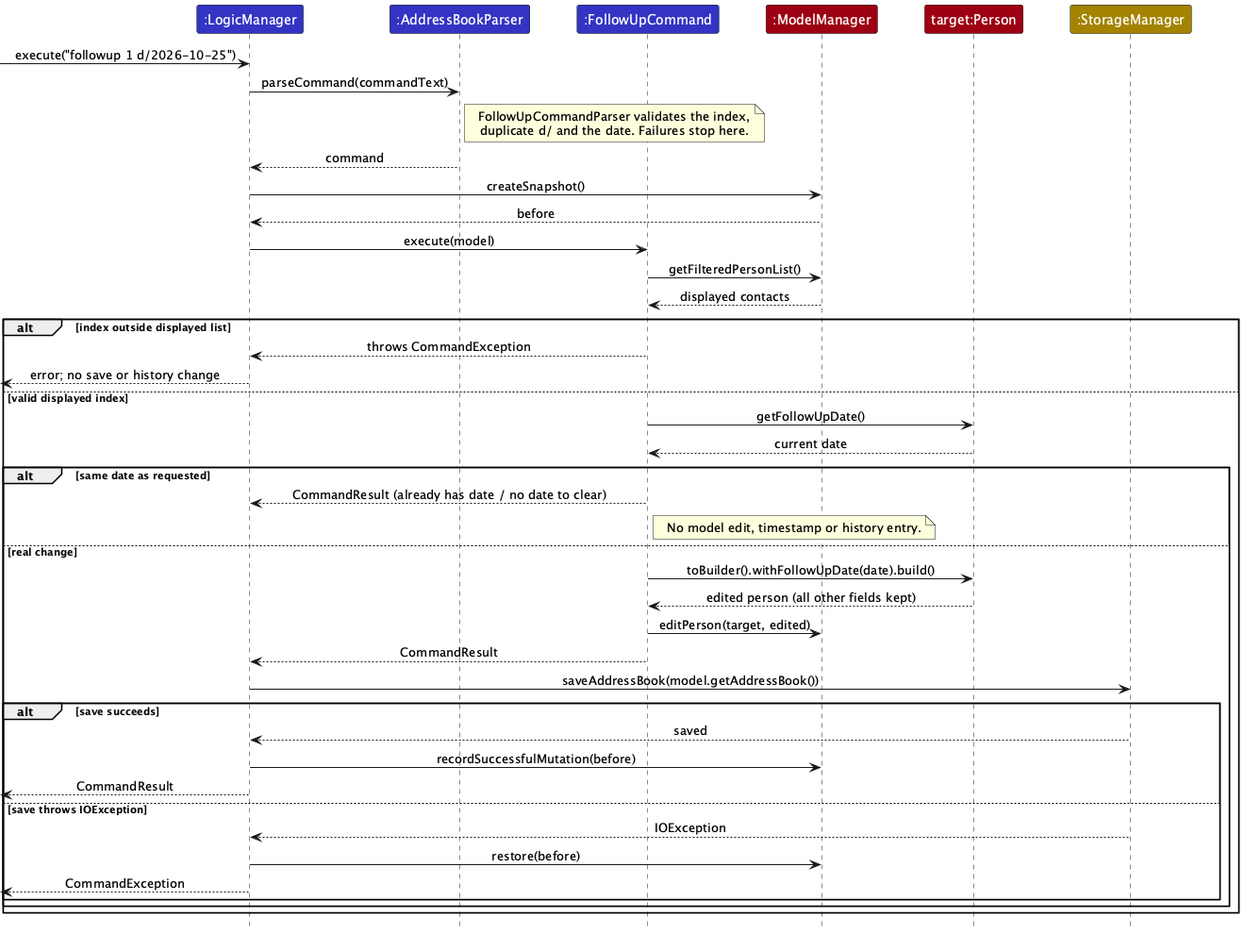
Above: docs/images/FollowUpSequenceDiagram.png in AY2627S1-CS2103T-W12-2/tp (PlantUML), before the change.
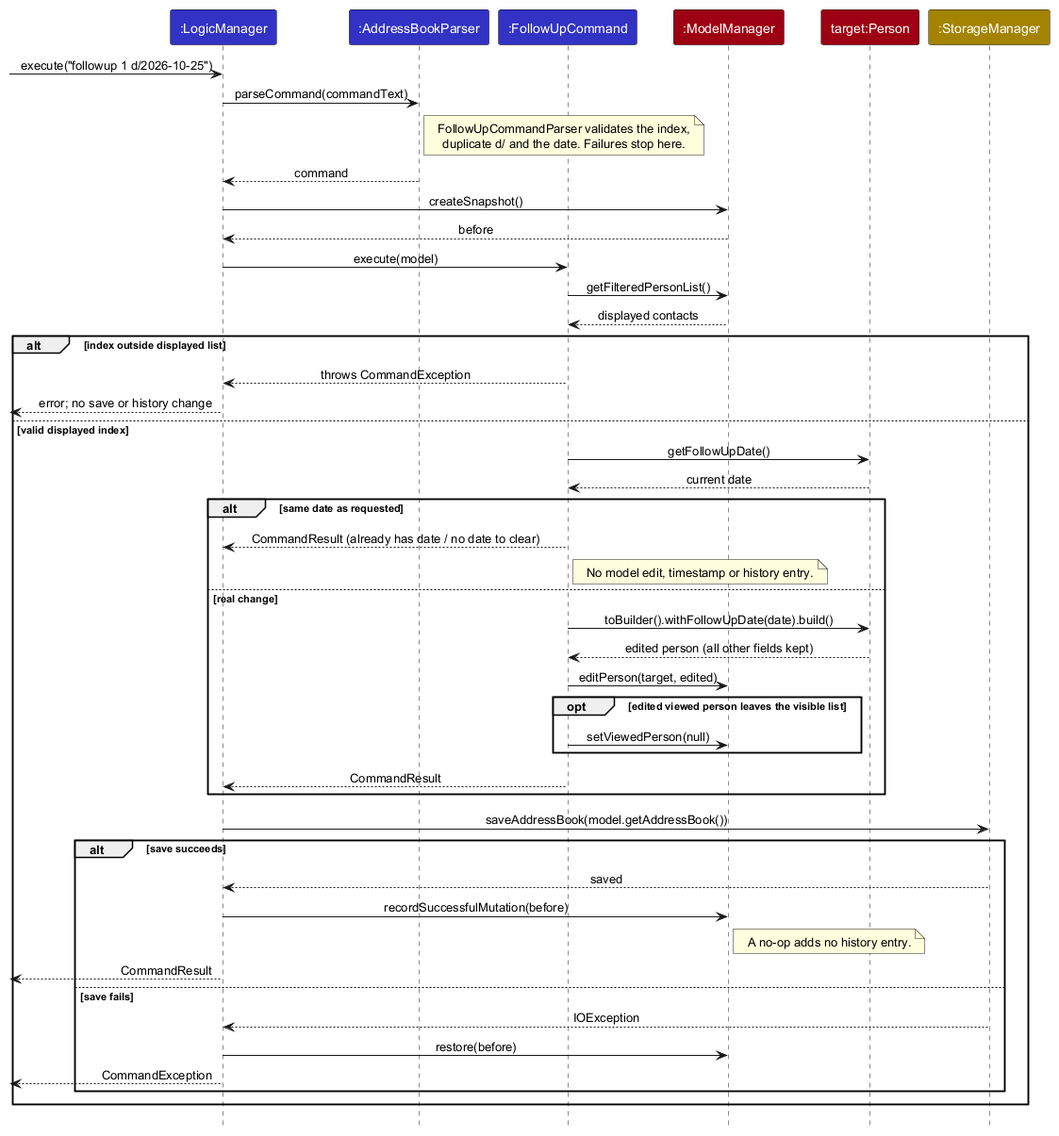
The same file after the commit.

Diff of the diagram source:
```diff
@@ -34,17 +34,21 @@
         Command -> Target : toBuilder().withFollowUpDate(date).build()
         Target --> Command : edited person (all other fields kept)
         Command -> Model : editPerson(target, edited)
+        opt edited viewed person leaves the visible list
+            Command -> Model : setViewedPerson(null)
+        end
         Command --> Logic : CommandResult
-        Logic -> Storage : saveAddressBook(model.getAddressBook())
-        alt save succeeds
-            Storage --> Logic : saved
-            Logic -> Model : recordSuccessfulMutation(before)
-            [<-- Logic : CommandResult
-        else save throws IOException
-            Storage --> Logic : IOException
-            Logic -> Model : restore(before)
-            [<-- Logic : CommandException
-        end
+    end
+    Logic -> Storage : saveAddressBook(model.getAddressBook())
+    alt save succeeds
+        Storage --> Logic : saved
+        Logic -> Model : recordSuccessfulMutation(before)
+        note right of Model : A no-op adds no history entry.
+        [<-- Logic : CommandResult
+    else save fails
+        Storage --> Logic : IOException
+        Logic -> Model : restore(before)
+        [<-- Logic : CommandException
     end
 end
 @enduml
```
